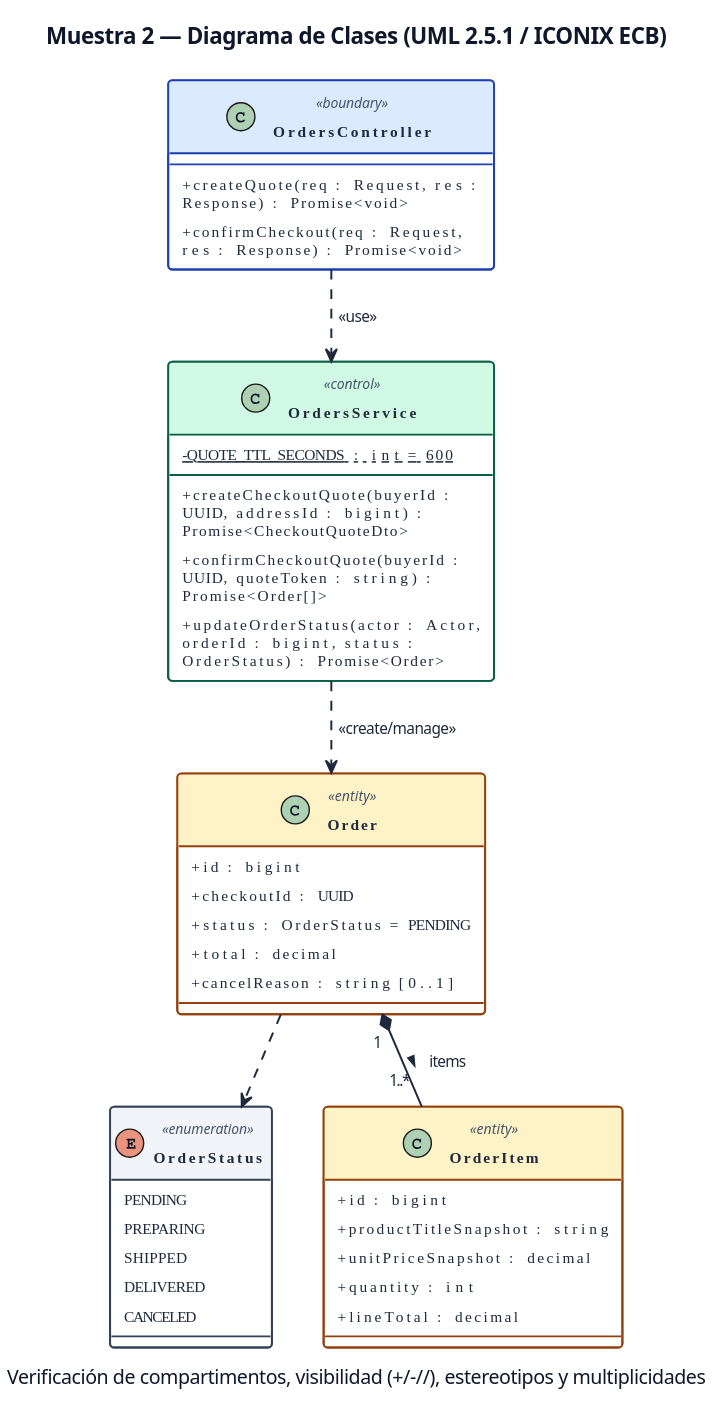
Before: docs/diagrams/_muestra/muestra_02_clases.svg, a diagram exported from PlantUML (maverick0322/Secure-Ecommerce-API). Its diagram source:
```plantuml
@startuml
!include _skin.puml
title Muestra 2 — Diagrama de Clases (UML 2.5.1 / ICONIX ECB)
caption Verificación de compartimentos, visibilidad (+/-/~/), estereotipos y multiplicidades

enum OrderStatus <<enumeration>> {
  PENDING
  PREPARING
  SHIPPED
  DELIVERED
  CANCELED
}

class OrdersController <<boundary>> {
  + createQuote(req : Request, res : Response) : Promise<void>
  + confirmCheckout(req : Request, res : Response) : Promise<void>
}

class OrdersService <<control>> {
  - {static} QUOTE_TTL_SECONDS : int = 600
  + createCheckoutQuote(buyerId : UUID, addressId : bigint) : Promise<CheckoutQuoteDto>
  + confirmCheckoutQuote(buyerId : UUID, quoteToken : string) : Promise<Order[]>
  + updateOrderStatus(actor : Actor, orderId : bigint, status : OrderStatus) : Promise<Order>
}

class Order <<entity>> {
  + id : bigint
  + checkoutId : UUID
  + status : OrderStatus = PENDING
  + total : decimal
  + cancelReason : string [0..1]
}

class OrderItem <<entity>> {
  + id : bigint
  + productTitleSnapshot : string
  + unitPriceSnapshot : decimal
  + quantity : int
  + lineTotal : decimal
}

OrdersController ..> OrdersService : <<use>>
OrdersService ..> Order : <<create/manage>>
Order "1" *-- "1..*" OrderItem : items >
Order ..> OrderStatus
@enduml
```
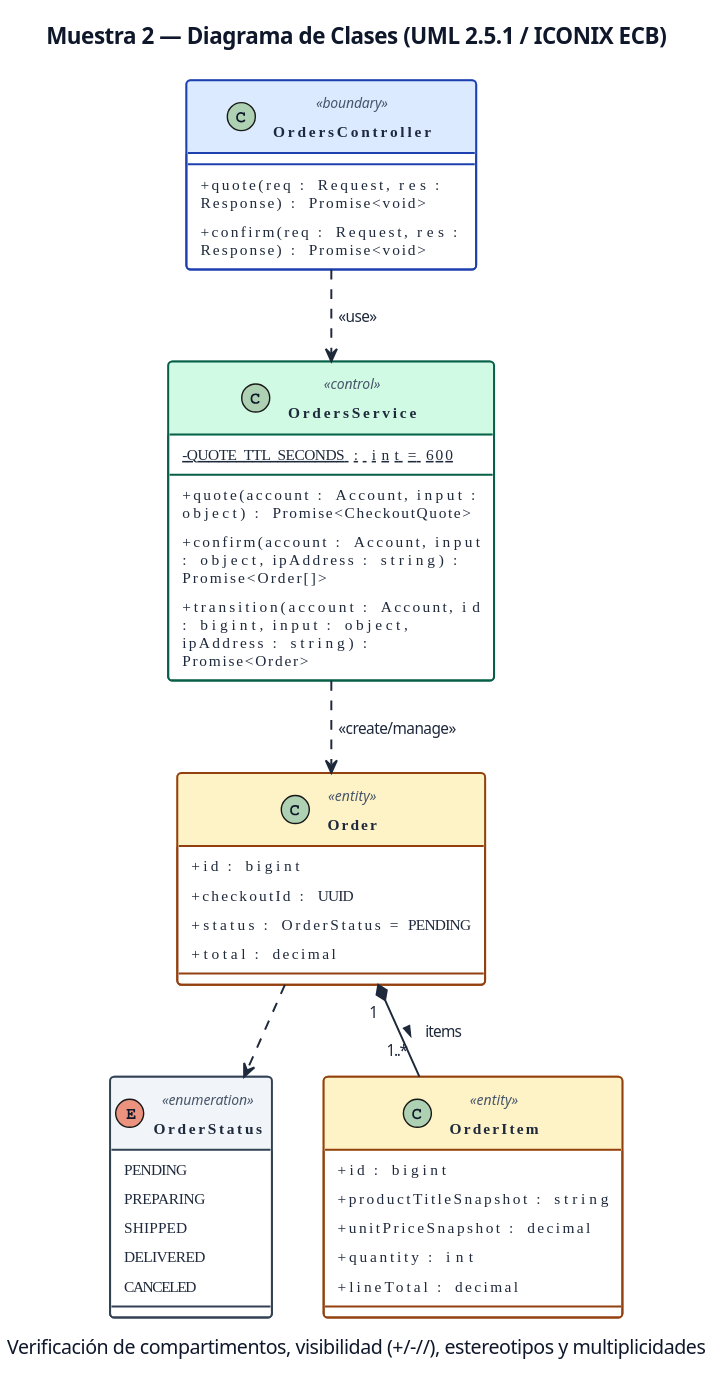
After the commit.

The edit, as a diff of the source:
```diff
@@ -12,15 +12,15 @@
 }
 
 class OrdersController <<boundary>> {
-  + createQuote(req : Request, res : Response) : Promise<void>
-  + confirmCheckout(req : Request, res : Response) : Promise<void>
+  + quote(req : Request, res : Response) : Promise<void>
+  + confirm(req : Request, res : Response) : Promise<void>
 }
 
 class OrdersService <<control>> {
   - {static} QUOTE_TTL_SECONDS : int = 600
-  + createCheckoutQuote(buyerId : UUID, addressId : bigint) : Promise<CheckoutQuoteDto>
-  + confirmCheckoutQuote(buyerId : UUID, quoteToken : string) : Promise<Order[]>
-  + updateOrderStatus(actor : Actor, orderId : bigint, status : OrderStatus) : Promise<Order>
+  + quote(account : Account, input : object) : Promise<CheckoutQuote>
+  + confirm(account : Account, input : object, ipAddress : string) : Promise<Order[]>
+  + transition(account : Account, id : bigint, input : object, ipAddress : string) : Promise<Order>
 }
 
 class Order <<entity>> {
@@ -28,7 +28,6 @@
   + checkoutId : UUID
   + status : OrderStatus = PENDING
   + total : decimal
-  + cancelReason : string [0..1]
 }
 
 class OrderItem <<entity>> {
```
